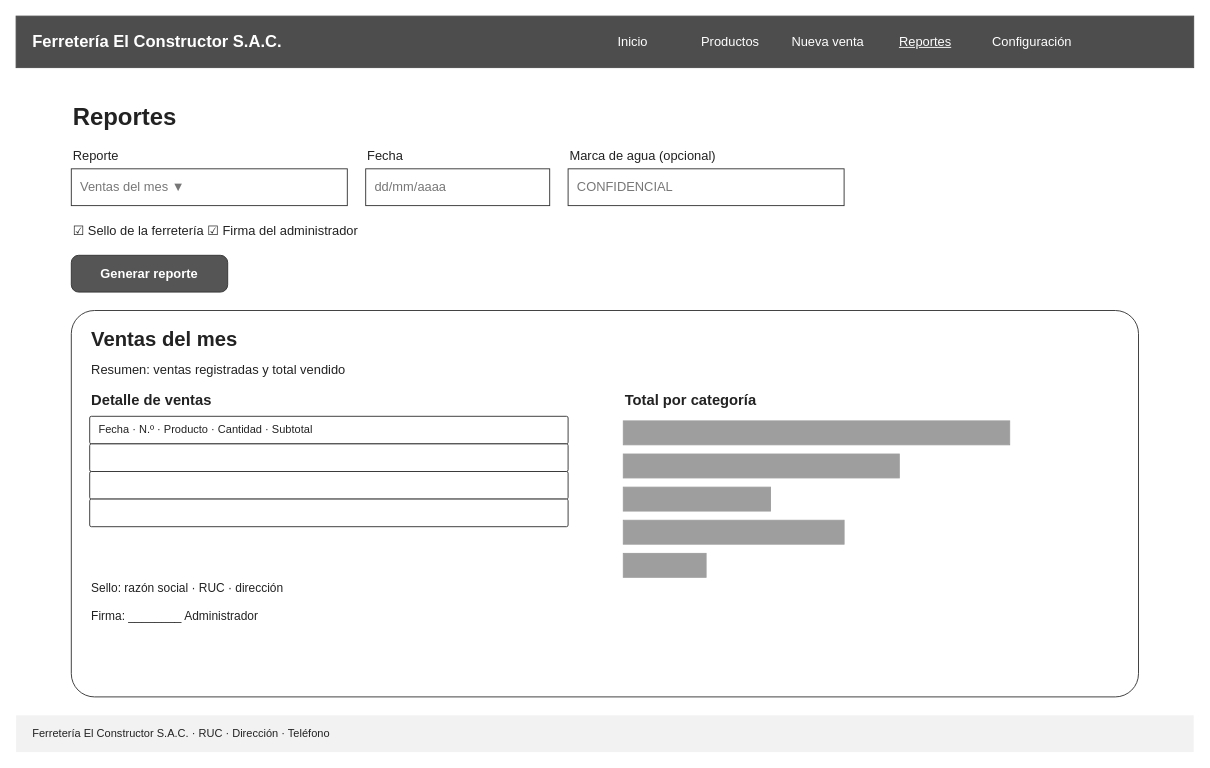
Before: page "Ventas (computadora)" (6 of 17) of docs/bocetos/ferreteria-bocetos.drawio in oropezadev-wq/ferreteria-ventas, a draw.io diagram. Source tidied: cells renumbered, new cells numbered last; positions are measured from the earlier drawing's top-left corner, leaving out a move shared by most shapes. Both pictures are drawn from the tidied source at 92%, with x=0, y=0 at pixel (16, 16).
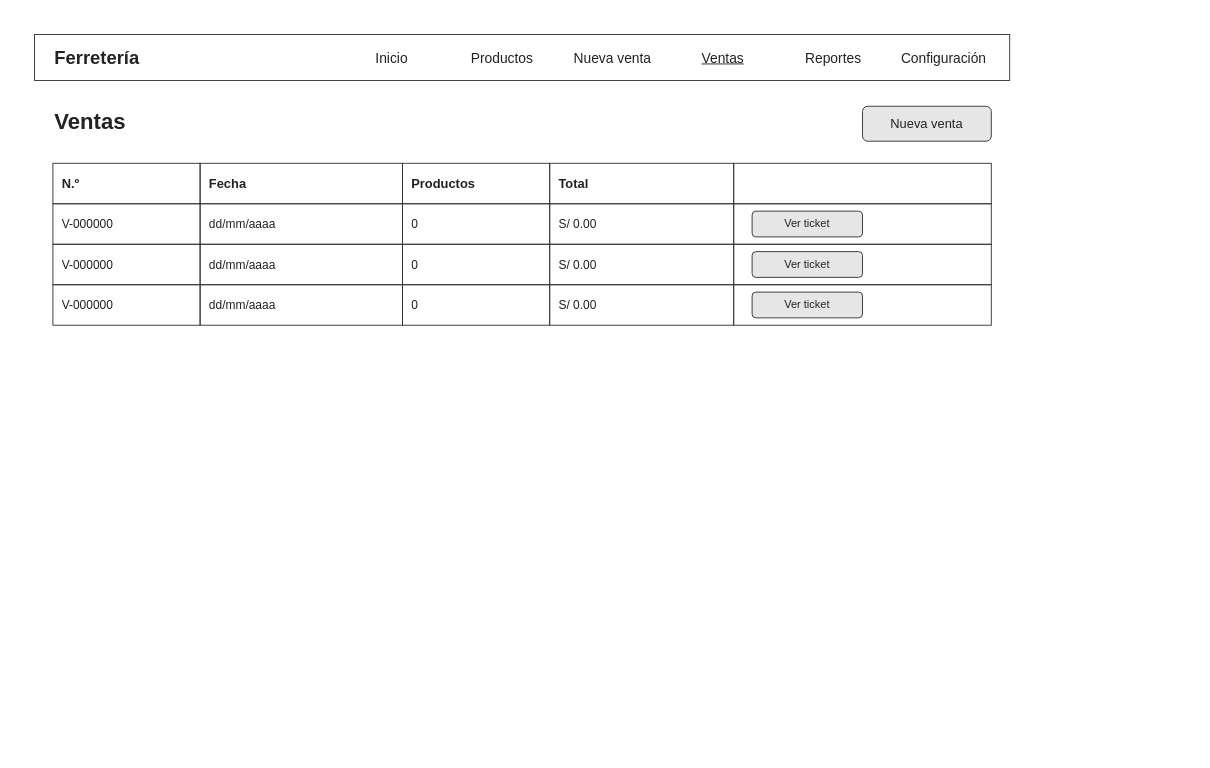
Above is the later version.

What changed in the source:
```diff
@@
-    <mxCell id="2" value="Ferretería El Constructor S.A.C." style="rounded=0;whiteSpace=wrap;html=1;fillColor=#4D4D4D;strokeColor=#4D4D4D;fontColor=#FFFFFF;fontFamily=Arial;align=left;spacingLeft=16;fontStyle=1;fontSize=18;" parent="1" vertex="1">
-      <mxGeometry width="1280" height="56" as="geometry" />
+    <mxCell id="2" style="rounded=0;whiteSpace=wrap;html=1;fillColor=none;fontFamily=Helvetica;fontColor=#222222;strokeColor=#333333;fontSize=14;" parent="1" vertex="1">
+      <mxGeometry x="20" y="20" width="1060" height="50" as="geometry" />
     </mxCell>
-    <mxCell id="3" value="Inicio" style="text;html=1;align=center;verticalAlign=middle;fontFamily=Arial;fontColor=#FFFFFF;fontSize=14;" parent="1" vertex="1">
-      <mxGeometry x="620" y="12" width="100" height="32" as="geometry" />
+    <mxCell id="3" value="Ferretería" style="text;html=1;align=left;verticalAlign=middle;whiteSpace=wrap;fontFamily=Helvetica;fontColor=#222222;fontStyle=1;fontSize=20;" parent="1" vertex="1">
+      <mxGeometry x="40" y="25" width="300" height="40" as="geometry" />
     </mxCell>
-    <mxCell id="4" value="Productos" style="text;html=1;align=center;verticalAlign=middle;fontFamily=Arial;fontColor=#FFFFFF;fontSize=14;" parent="1" vertex="1">
-      <mxGeometry x="726" y="12" width="100" height="32" as="geometry" />
+    <mxCell id="4" value="Inicio" style="text;html=1;align=center;verticalAlign=middle;fontFamily=Helvetica;fontColor=#222222;fontSize=15;" parent="1" vertex="1">
+      <mxGeometry x="350" y="30" width="116" height="30" as="geometry" />
     </mxCell>
-    <mxCell id="5" value="Nueva venta" style="text;html=1;align=center;verticalAlign=middle;fontFamily=Arial;fontColor=#FFFFFF;fontSize=14;" parent="1" vertex="1">
-      <mxGeometry x="832" y="12" width="100" height="32" as="geometry" />
+    <mxCell id="5" value="Productos" style="text;html=1;align=center;verticalAlign=middle;fontFamily=Helvetica;fontColor=#222222;fontSize=15;" parent="1" vertex="1">
+      <mxGeometry x="470" y="30" width="116" height="30" as="geometry" />
     </mxCell>
-    <mxCell id="6" value="&lt;u&gt;Reportes&lt;/u&gt;" style="text;html=1;align=center;verticalAlign=middle;fontFamily=Arial;fontColor=#FFFFFF;fontSize=14;" parent="1" vertex="1">
-      <mxGeometry x="938" y="12" width="100" height="32" as="geometry" />
+    <mxCell id="6" value="Nueva venta" style="text;html=1;align=center;verticalAlign=middle;fontFamily=Helvetica;fontColor=#222222;fontSize=15;" parent="1" vertex="1">
+      <mxGeometry x="590" y="30" width="116" height="30" as="geometry" />
     </mxCell>
-    <mxCell id="7" value="Configuración" style="text;html=1;align=center;verticalAlign=middle;fontFamily=Arial;fontColor=#FFFFFF;fontSize=14;" parent="1" vertex="1">
-      <mxGeometry x="1044" y="12" width="120" height="32" as="geometry" />
+    <mxCell id="7" value="&lt;u&gt;Ventas&lt;/u&gt;" style="text;html=1;align=center;verticalAlign=middle;fontFamily=Helvetica;fontColor=#222222;fontSize=15;" parent="1" vertex="1">
+      <mxGeometry x="710" y="30" width="116" height="30" as="geometry" />
     </mxCell>
-    <mxCell id="8" value="Ferretería El Constructor S.A.C. · RUC · Dirección · Teléfono" style="text;html=1;align=left;verticalAlign=middle;whiteSpace=wrap;fontFamily=Arial;fontColor=#222222;fillColor=#F2F2F2;spacingLeft=16;fontSize=12;" parent="1" vertex="1">
-      <mxGeometry y="760" width="1280" height="40" as="geometry" />
+    <mxCell id="8" value="Reportes" style="text;html=1;align=center;verticalAlign=middle;fontFamily=Helvetica;fontColor=#222222;fontSize=15;" parent="1" vertex="1">
+      <mxGeometry x="830" y="30" width="116" height="30" as="geometry" />
     </mxCell>
-    <mxCell id="9" value="Reportes" style="text;html=1;align=left;verticalAlign=middle;whiteSpace=wrap;fontFamily=Arial;fontColor=#222222;fontStyle=1;fontSize=26;" parent="1" vertex="1">
-      <mxGeometry x="60" y="90" width="400" height="40" as="geometry" />
+    <mxCell id="9" value="Configuración" style="text;html=1;align=center;verticalAlign=middle;fontFamily=Helvetica;fontColor=#222222;fontSize=15;" parent="1" vertex="1">
+      <mxGeometry x="950" y="30" width="116" height="30" as="geometry" />
     </mxCell>
-    <mxCell id="10" value="Reporte" style="text;html=1;align=left;verticalAlign=middle;whiteSpace=wrap;fontFamily=Arial;fontColor=#222222;fontSize=14;" parent="1" vertex="1">
-      <mxGeometry x="60" y="140" width="200" height="24" as="geometry" />
+    <mxCell id="10" value="Ventas" style="text;html=1;align=left;verticalAlign=middle;whiteSpace=wrap;fontFamily=Helvetica;fontColor=#222222;fontStyle=1;fontSize=24;" parent="1" vertex="1">
+      <mxGeometry x="40" y="95" width="400" height="40" as="geometry" />
     </mxCell>
-    <mxCell id="11" value="Ventas del mes  ▼" style="rounded=0;whiteSpace=wrap;html=1;fillColor=#FFFFFF;align=left;spacingLeft=8;fontColor=#777777;strokeColor=#333333;fontFamily=Arial;fontSize=14;" parent="1" vertex="1">
-      <mxGeometry x="60" y="166" width="300" height="40" as="geometry" />
+    <mxCell id="11" value="Nueva venta" style="rounded=1;whiteSpace=wrap;html=1;fillColor=#E6E6E6;fontFamily=Helvetica;fontColor=#222222;strokeColor=#333333;fontSize=14;" parent="1" vertex="1">
+      <mxGeometry x="920" y="98" width="140" height="38" as="geometry" />
     </mxCell>
-    <mxCell id="12" value="Fecha" style="text;html=1;align=left;verticalAlign=middle;whiteSpace=wrap;fontFamily=Arial;fontColor=#222222;fontSize=14;" parent="1" vertex="1">
-      <mxGeometry x="380" y="140" width="200" height="24" as="geometry" />
+    <mxCell id="12" value="&lt;b&gt;N.º&lt;/b&gt;" style="rounded=0;whiteSpace=wrap;html=1;fillColor=none;fontFamily=Helvetica;fontColor=#222222;strokeColor=#333333;align=left;spacingLeft=8;fontSize=14;" parent="1" vertex="1">
+      <mxGeometry x="40" y="160" width="160" height="44" as="geometry" />
     </mxCell>
-    <mxCell id="13" value="dd/mm/aaaa" style="rounded=0;whiteSpace=wrap;html=1;fillColor=#FFFFFF;align=left;spacingLeft=8;fontColor=#777777;strokeColor=#333333;fontFamily=Arial;fontSize=14;" parent="1" vertex="1">
-      <mxGeometry x="380" y="166" width="200" height="40" as="geometry" />
+    <mxCell id="13" value="&lt;b&gt;Fecha&lt;/b&gt;" style="rounded=0;whiteSpace=wrap;html=1;fillColor=none;fontFamily=Helvetica;fontColor=#222222;strokeColor=#333333;align=left;spacingLeft=8;fontSize=14;" parent="1" vertex="1">
+      <mxGeometry x="200" y="160" width="220" height="44" as="geometry" />
     </mxCell>
-    <mxCell id="14" value="Marca de agua (opcional)" style="text;html=1;align=left;verticalAlign=middle;whiteSpace=wrap;fontFamily=Arial;fontColor=#222222;fontSize=14;" parent="1" vertex="1">
-      <mxGeometry x="600" y="140" width="300" height="24" as="geometry" />
+    <mxCell id="14" value="&lt;b&gt;Productos&lt;/b&gt;" style="rounded=0;whiteSpace=wrap;html=1;fillColor=none;fontFamily=Helvetica;fontColor=#222222;strokeColor=#333333;align=left;spacingLeft=8;fontSize=14;" parent="1" vertex="1">
+      <mxGeometry x="420" y="160" width="160" height="44" as="geometry" />
     </mxCell>
-    <mxCell id="15" value="CONFIDENCIAL" style="rounded=0;whiteSpace=wrap;html=1;fillColor=#FFFFFF;align=left;spacingLeft=8;fontColor=#777777;strokeColor=#333333;fontFamily=Arial;fontSize=14;" parent="1" vertex="1">
-      <mxGeometry x="600" y="166" width="300" height="40" as="geometry" />
+    <mxCell id="15" value="&lt;b&gt;Total&lt;/b&gt;" style="rounded=0;whiteSpace=wrap;html=1;fillColor=none;fontFamily=Helvetica;fontColor=#222222;strokeColor=#333333;align=left;spacingLeft=8;fontSize=14;" parent="1" vertex="1">
+      <mxGeometry x="580" y="160" width="200" height="44" as="geometry" />
     </mxCell>
-    <mxCell id="16" value="☑ Sello de la ferretería     ☑ Firma del administrador" style="text;html=1;align=left;verticalAlign=middle;whiteSpace=wrap;fontFamily=Arial;fontColor=#222222;fontSize=14;" parent="1" vertex="1">
-      <mxGeometry x="60" y="220" width="600" height="26" as="geometry" />
+    <mxCell id="16" value="&lt;b&gt;&lt;/b&gt;" style="rounded=0;whiteSpace=wrap;html=1;fillColor=none;fontFamily=Helvetica;fontColor=#222222;strokeColor=#333333;align=left;spacingLeft=8;fontSize=14;" parent="1" vertex="1">
+      <mxGeometry x="780" y="160" width="280" height="44" as="geometry" />
     </mxCell>
-    <mxCell id="17" value="Generar reporte" style="rounded=1;arcSize=20;whiteSpace=wrap;html=1;fillColor=#555555;fontColor=#FFFFFF;fontStyle=1;strokeColor=#333333;fontFamily=Arial;fontSize=14;" parent="1" vertex="1">
-      <mxGeometry x="60" y="260" width="170" height="40" as="geometry" />
+    <mxCell id="17" value="V-000000" style="rounded=0;whiteSpace=wrap;html=1;fillColor=none;fontFamily=Helvetica;fontColor=#222222;strokeColor=#333333;align=left;spacingLeft=8;fontSize=13;" parent="1" vertex="1">
+      <mxGeometry x="40" y="204" width="160" height="44" as="geometry" />
     </mxCell>
-    <mxCell id="18" style="rounded=1;arcSize=6;whiteSpace=wrap;html=1;fillColor=#FFFFFF;strokeColor=#333333;fontFamily=Arial;fontColor=#222222;fontSize=14;" parent="1" vertex="1">
-      <mxGeometry x="60" y="320" width="1160" height="420" as="geometry" />
+    <mxCell id="18" value="dd/mm/aaaa" style="rounded=0;whiteSpace=wrap;html=1;fillColor=none;fontFamily=Helvetica;fontColor=#222222;strokeColor=#333333;align=left;spacingLeft=8;fontSize=13;" parent="1" vertex="1">
+      <mxGeometry x="200" y="204" width="220" height="44" as="geometry" />
     </mxCell>
-    <mxCell id="19" value="Ventas del mes" style="text;html=1;align=left;verticalAlign=middle;whiteSpace=wrap;fontFamily=Arial;fontColor=#222222;fontStyle=1;fontSize=22;" parent="1" vertex="1">
-      <mxGeometry x="80" y="335" width="600" height="34" as="geometry" />
+    <mxCell id="19" value="0" style="rounded=0;whiteSpace=wrap;html=1;fillColor=none;fontFamily=Helvetica;fontColor=#222222;strokeColor=#333333;align=left;spacingLeft=8;fontSize=13;" parent="1" vertex="1">
+      <mxGeometry x="420" y="204" width="160" height="44" as="geometry" />
     </mxCell>
-    <mxCell id="20" value="Resumen: ventas registradas y total vendido" style="text;html=1;align=left;verticalAlign=middle;whiteSpace=wrap;fontFamily=Arial;fontColor=#222222;fontSize=14;" parent="1" vertex="1">
-      <mxGeometry x="80" y="372" width="600" height="24" as="geometry" />
+    <mxCell id="20" value="S/ 0.00" style="rounded=0;whiteSpace=wrap;html=1;fillColor=none;fontFamily=Helvetica;fontColor=#222222;strokeColor=#333333;align=left;spacingLeft=8;fontSize=13;" parent="1" vertex="1">
+      <mxGeometry x="580" y="204" width="200" height="44" as="geometry" />
     </mxCell>
-    <mxCell id="21" value="Detalle de ventas" style="text;html=1;align=left;verticalAlign=middle;whiteSpace=wrap;fontFamily=Arial;fontColor=#222222;fontStyle=1;fontSize=16;" parent="1" vertex="1">
-      <mxGeometry x="80" y="405" width="500" height="24" as="geometry" />
+    <mxCell id="21" style="rounded=0;whiteSpace=wrap;html=1;fillColor=none;fontFamily=Helvetica;fontColor=#222222;strokeColor=#333333;align=left;spacingLeft=8;fontSize=13;" parent="1" vertex="1">
+      <mxGeometry x="780" y="204" width="280" height="44" as="geometry" />
     </mxCell>
-    <mxCell id="22" value="Fecha · N.º · Producto · Cantidad · Subtotal" style="rounded=1;arcSize=6;whiteSpace=wrap;html=1;fillColor=#FFFFFF;strokeColor=#333333;fontFamily=Arial;fontColor=#222222;align=left;spacingLeft=8;fontSize=12;" parent="1" vertex="1">
-      <mxGeometry x="80" y="435" width="520" height="30" as="geometry" />
+    <mxCell id="22" value="V-000000" style="rounded=0;whiteSpace=wrap;html=1;fillColor=none;fontFamily=Helvetica;fontColor=#222222;strokeColor=#333333;align=left;spacingLeft=8;fontSize=13;" parent="1" vertex="1">
+      <mxGeometry x="40" y="248" width="160" height="44" as="geometry" />
     </mxCell>
-    <mxCell id="23" style="rounded=1;arcSize=6;whiteSpace=wrap;html=1;fillColor=#FFFFFF;strokeColor=#333333;fontFamily=Arial;fontColor=#222222;align=left;spacingLeft=8;fontSize=12;" parent="1" vertex="1">
-      <mxGeometry x="80" y="465" width="520" height="30" as="geometry" />
+    <mxCell id="23" value="dd/mm/aaaa" style="rounded=0;whiteSpace=wrap;html=1;fillColor=none;fontFamily=Helvetica;fontColor=#222222;strokeColor=#333333;align=left;spacingLeft=8;fontSize=13;" parent="1" vertex="1">
+      <mxGeometry x="200" y="248" width="220" height="44" as="geometry" />
     </mxCell>
-    <mxCell id="24" style="rounded=1;arcSize=6;whiteSpace=wrap;html=1;fillColor=#FFFFFF;strokeColor=#333333;fontFamily=Arial;fontColor=#222222;align=left;spacingLeft=8;fontSize=12;" parent="1" vertex="1">
-      <mxGeometry x="80" y="495" width="520" height="30" as="geometry" />
+    <mxCell id="24" value="0" style="rounded=0;whiteSpace=wrap;html=1;fillColor=none;fontFamily=Helvetica;fontColor=#222222;strokeColor=#333333;align=left;spacingLeft=8;fontSize=13;" parent="1" vertex="1">
+      <mxGeometry x="420" y="248" width="160" height="44" as="geometry" />
     </mxCell>
-    <mxCell id="25" style="rounded=1;arcSize=6;whiteSpace=wrap;html=1;fillColor=#FFFFFF;strokeColor=#333333;fontFamily=Arial;fontColor=#222222;align=left;spacingLeft=8;fontSize=12;" parent="1" vertex="1">
-      <mxGeometry x="80" y="525" width="520" height="30" as="geometry" />
+    <mxCell id="25" value="S/ 0.00" style="rounded=0;whiteSpace=wrap;html=1;fillColor=none;fontFamily=Helvetica;fontColor=#222222;strokeColor=#333333;align=left;spacingLeft=8;fontSize=13;" parent="1" vertex="1">
+      <mxGeometry x="580" y="248" width="200" height="44" as="geometry" />
     </mxCell>
-    <mxCell id="26" value="Total por categoría" style="text;html=1;align=left;verticalAlign=middle;whiteSpace=wrap;fontFamily=Arial;fontColor=#222222;fontStyle=1;fontSize=16;" parent="1" vertex="1">
-      <mxGeometry x="660" y="405" width="500" height="24" as="geometry" />
+    <mxCell id="26" style="rounded=0;whiteSpace=wrap;html=1;fillColor=none;fontFamily=Helvetica;fontColor=#222222;strokeColor=#333333;align=left;spacingLeft=8;fontSize=13;" parent="1" vertex="1">
+      <mxGeometry x="780" y="248" width="280" height="44" as="geometry" />
     </mxCell>
-    <mxCell id="27" style="rounded=0;fillColor=#9E9E9E;strokeColor=#9E9E9E;fontSize=14;" parent="1" vertex="1">
-      <mxGeometry x="660" y="440" width="420" height="26" as="geometry" />
+    <mxCell id="27" value="V-000000" style="rounded=0;whiteSpace=wrap;html=1;fillColor=none;fontFamily=Helvetica;fontColor=#222222;strokeColor=#333333;align=left;spacingLeft=8;fontSize=13;" parent="1" vertex="1">
+      <mxGeometry x="40" y="292" width="160" height="44" as="geometry" />
     </mxCell>
-    <mxCell id="28" style="rounded=0;fillColor=#9E9E9E;strokeColor=#9E9E9E;fontSize=14;" parent="1" vertex="1">
-      <mxGeometry x="660" y="476" width="300" height="26" as="geometry" />
+    <mxCell id="28" value="dd/mm/aaaa" style="rounded=0;whiteSpace=wrap;html=1;fillColor=none;fontFamily=Helvetica;fontColor=#222222;strokeColor=#333333;align=left;spacingLeft=8;fontSize=13;" parent="1" vertex="1">
+      <mxGeometry x="200" y="292" width="220" height="44" as="geometry" />
     </mxCell>
-    <mxCell id="29" style="rounded=0;fillColor=#9E9E9E;strokeColor=#9E9E9E;fontSize=14;" parent="1" vertex="1">
-      <mxGeometry x="660" y="512" width="160" height="26" as="geometry" />
+    <mxCell id="29" value="0" style="rounded=0;whiteSpace=wrap;html=1;fillColor=none;fontFamily=Helvetica;fontColor=#222222;strokeColor=#333333;align=left;spacingLeft=8;fontSize=13;" parent="1" vertex="1">
+      <mxGeometry x="420" y="292" width="160" height="44" as="geometry" />
     </mxCell>
-    <mxCell id="30" style="rounded=0;fillColor=#9E9E9E;strokeColor=#9E9E9E;fontSize=14;" parent="1" vertex="1">
-      <mxGeometry x="660" y="548" width="240" height="26" as="geometry" />
+    <mxCell id="30" value="S/ 0.00" style="rounded=0;whiteSpace=wrap;html=1;fillColor=none;fontFamily=Helvetica;fontColor=#222222;strokeColor=#333333;align=left;spacingLeft=8;fontSize=13;" parent="1" vertex="1">
+      <mxGeometry x="580" y="292" width="200" height="44" as="geometry" />
     </mxCell>
-    <mxCell id="31" style="rounded=0;fillColor=#9E9E9E;strokeColor=#9E9E9E;fontSize=14;" parent="1" vertex="1">
-      <mxGeometry x="660" y="584" width="90" height="26" as="geometry" />
+    <mxCell id="31" style="rounded=0;whiteSpace=wrap;html=1;fillColor=none;fontFamily=Helvetica;fontColor=#222222;strokeColor=#333333;align=left;spacingLeft=8;fontSize=13;" parent="1" vertex="1">
+      <mxGeometry x="780" y="292" width="280" height="44" as="geometry" />
     </mxCell>
-    <mxCell id="32" value="Sello: razón social · RUC · dirección" style="text;html=1;align=left;verticalAlign=middle;whiteSpace=wrap;fontFamily=Arial;fontColor=#222222;fontSize=13;" parent="1" vertex="1">
-      <mxGeometry x="80" y="610" width="900" height="24" as="geometry" />
+    <mxCell id="32" value="Ver ticket" style="rounded=1;whiteSpace=wrap;html=1;fillColor=#E6E6E6;fontFamily=Helvetica;fontColor=#222222;strokeColor=#333333;fontSize=12;" parent="1" vertex="1">
+      <mxGeometry x="800" y="212" width="120" height="28" as="geometry" />
     </mxCell>
-    <mxCell id="33" value="Firma: ________ Administrador" style="text;html=1;align=left;verticalAlign=middle;whiteSpace=wrap;fontFamily=Arial;fontColor=#222222;fontSize=13;" parent="1" vertex="1">
-      <mxGeometry x="80" y="640" width="900" height="24" as="geometry" />
+    <mxCell id="33" value="Ver ticket" style="rounded=1;whiteSpace=wrap;html=1;fillColor=#E6E6E6;fontFamily=Helvetica;fontColor=#222222;strokeColor=#333333;fontSize=12;" parent="1" vertex="1">
+      <mxGeometry x="800" y="256" width="120" height="28" as="geometry" />
     </mxCell>
+    <mxCell id="34" value="Ver ticket" style="rounded=1;whiteSpace=wrap;html=1;fillColor=#E6E6E6;fontFamily=Helvetica;fontColor=#222222;strokeColor=#333333;fontSize=12;" parent="1" vertex="1">
+      <mxGeometry x="800" y="300" width="120" height="28" as="geometry" />
+    </mxCell>
```
